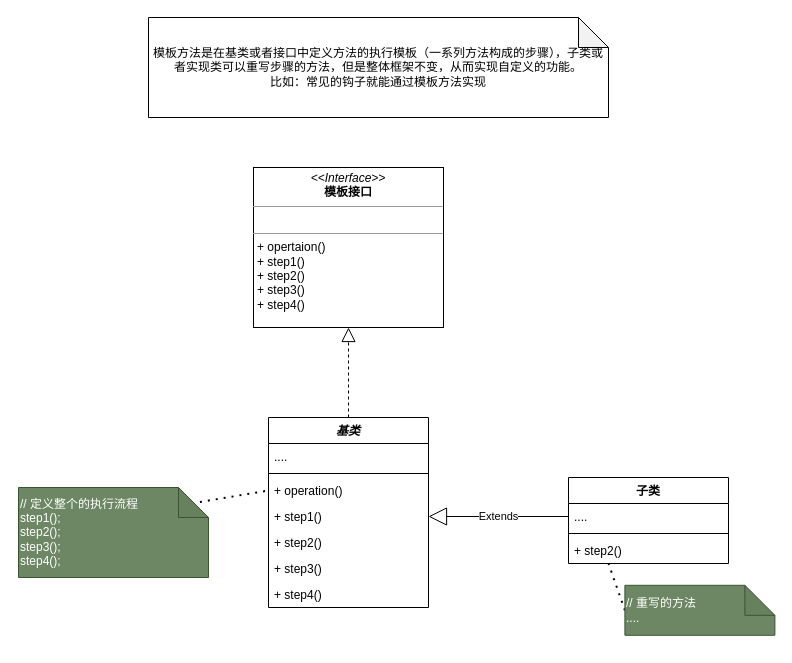
Above: 模板方法.drawio in HsoulLink/designpattern_pic (draw.io), before the change. Source tidied: cells renumbered, new cells numbered last; positions are measured from the earlier drawing's top-left corner, leaving out a move shared by most shapes. Both pictures are drawn from the tidied source at 100%, with x=0, y=0 at pixel (18, 17).
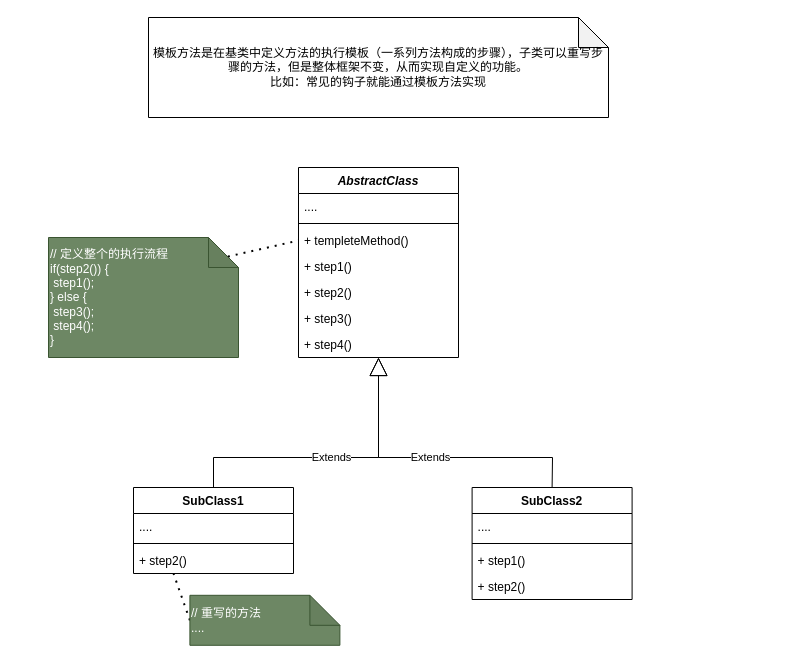
After the change.

Commit message (it also covers changes not shown here):
更新模板方法.drawio

The change refers to these unchanged cells:
```xml
<mxCell id="4" value="...." style="text;strokeColor=none;fillColor=none;align=left;verticalAlign=top;spacingLeft=4;spacingRight=4;overflow=hidden;points=[[0,0.5],[1,0.5]];portConstraint=eastwest;" parent="3" vertex="1">
  <mxGeometry y="26" width="160" height="26" as="geometry" />
</mxCell>
<mxCell id="12" value="+ step1()" style="text;strokeColor=none;fillColor=none;align=left;verticalAlign=top;spacingLeft=4;spacingRight=4;overflow=hidden;points=[[0,0.5],[1,0.5]];portConstraint=eastwest;fontStyle=0;" parent="8" vertex="1">
  <mxGeometry y="86" width="160" height="26" as="geometry" />
</mxCell>
<mxCell id="15" value="+ step4()" style="text;strokeColor=none;fillColor=none;align=left;verticalAlign=top;spacingLeft=4;spacingRight=4;overflow=hidden;points=[[0,0.5],[1,0.5]];portConstraint=eastwest;fontStyle=0;" parent="8" vertex="1">
  <mxGeometry y="164" width="160" height="26" as="geometry" />
</mxCell>
```

Diff of the diagram source:
```diff
@@
-    <mxCell id="2" value="模板方法是在基类或者接口中定义方法的执行模板（一系列方法构成的步骤），子类或者实现类可以重写步骤的方法，但是整体框架不变，从而实现自定义的功能。&lt;br&gt;比如：常见的钩子就能通过模板方法实现" style="shape=note;whiteSpace=wrap;html=1;backgroundOutline=1;darkOpacity=0.05;" parent="1" vertex="1">
+    <mxCell id="2" value="模板方法是在基类中定义方法的执行模板（一系列方法构成的步骤），子类可以重写步骤的方法，但是整体框架不变，从而实现自定义的功能。&lt;br&gt;比如：常见的钩子就能通过模板方法实现" style="shape=note;whiteSpace=wrap;html=1;backgroundOutline=1;darkOpacity=0.05;" parent="1" vertex="1">
       <mxGeometry x="130" width="460" height="100" as="geometry" />
     </mxCell>
-    <mxCell id="3" value="子类" style="swimlane;fontStyle=1;align=center;verticalAlign=top;horizontal=1;startSize=26;" parent="1" vertex="1">
-      <mxGeometry x="550" y="460" width="160" height="86" as="geometry" />
+    <mxCell id="3" value="SubClass1" style="swimlane;fontStyle=1;align=center;verticalAlign=top;horizontal=1;startSize=26;" parent="1" vertex="1">
+      <mxGeometry x="115" y="470" width="160" height="86" as="geometry" />
     </mxCell>
@@
-    <mxCell id="7" value="&lt;p style=&quot;margin:0px;margin-top:4px;text-align:center;&quot;&gt;&lt;i&gt;&amp;lt;&amp;lt;Interface&amp;gt;&amp;gt;&lt;/i&gt;&lt;br&gt;&lt;b&gt;模板接口&lt;/b&gt;&lt;/p&gt;&lt;hr size=&quot;1&quot;&gt;&lt;p style=&quot;margin:0px;margin-left:4px;&quot;&gt;&lt;br&gt;&lt;/p&gt;&lt;hr size=&quot;1&quot;&gt;&lt;p style=&quot;margin:0px;margin-left:4px;&quot;&gt;+ opertaion()&lt;br&gt;+ step1()&lt;/p&gt;&lt;p style=&quot;margin:0px;margin-left:4px;&quot;&gt;+ step2()&lt;br&gt;&lt;/p&gt;&lt;p style=&quot;margin:0px;margin-left:4px;&quot;&gt;+ step3()&lt;br&gt;&lt;/p&gt;&lt;p style=&quot;margin:0px;margin-left:4px;&quot;&gt;+ step4()&lt;br&gt;&lt;/p&gt;" style="verticalAlign=top;align=left;overflow=fill;fontSize=12;fontFamily=Helvetica;html=1;" parent="1" vertex="1">
-      <mxGeometry x="235" y="150" width="190" height="160" as="geometry" />
-    </mxCell>
-    <mxCell id="8" value="基类" style="swimlane;fontStyle=3;align=center;verticalAlign=top;horizontal=1;startSize=26;" parent="1" vertex="1">
-      <mxGeometry x="250" y="400" width="160" height="190" as="geometry" />
+    <mxCell id="8" value="AbstractClass" style="swimlane;fontStyle=3;align=center;verticalAlign=top;horizontal=1;startSize=26;" parent="1" vertex="1">
+      <mxGeometry x="280" y="150" width="160" height="190" as="geometry" />
     </mxCell>
@@
-    <mxCell id="11" value="+ operation()" style="text;strokeColor=none;fillColor=none;align=left;verticalAlign=top;spacingLeft=4;spacingRight=4;overflow=hidden;points=[[0,0.5],[1,0.5]];portConstraint=eastwest;" parent="8" vertex="1">
+    <mxCell id="11" value="+ templeteMethod()" style="text;strokeColor=none;fillColor=none;align=left;verticalAlign=top;spacingLeft=4;spacingRight=4;overflow=hidden;points=[[0,0.5],[1,0.5]];portConstraint=eastwest;" parent="8" vertex="1">
       <mxGeometry y="60" width="160" height="26" as="geometry" />
     </mxCell>
@@
-    <mxCell id="16" style="endArrow=block;dashed=1;endFill=0;endSize=12;html=1;rounded=0;exitX=0.5;exitY=0;exitDx=0;exitDy=0;entryX=0.5;entryY=1;entryDx=0;entryDy=0;" parent="1" edge="1" source="8" target="7">
-      <mxGeometry relative="1" as="geometry" />
-    </mxCell>
-    <mxCell id="17" value="Extends" style="endArrow=block;endSize=16;endFill=0;html=1;rounded=0;entryX=1;entryY=0.5;entryDx=0;entryDy=0;exitX=0;exitY=0.5;exitDx=0;exitDy=0;" parent="1" edge="1" source="4" target="12">
-      <mxGeometry relative="1" as="geometry" />
+    <mxCell id="17" value="Extends" style="endArrow=block;endSize=16;endFill=0;html=1;rounded=0;entryX=0.5;entryY=1;entryDx=0;entryDy=0;exitX=0.5;exitY=0;exitDx=0;exitDy=0;entryPerimeter=0;" parent="1" edge="1" source="3" target="15">
+      <mxGeometry relative="1" as="geometry">
+        <Array as="points">
+          <mxPoint x="195" y="440" />
+          <mxPoint x="360" y="440" />
+        </Array>
+      </mxGeometry>
     </mxCell>
     <mxCell id="18" style="endArrow=none;dashed=1;html=1;dashPattern=1 3;strokeWidth=2;rounded=0;entryX=0.21;entryY=1.085;entryDx=0;entryDy=0;entryPerimeter=0;exitX=0;exitY=0.5;exitDx=0;exitDy=0;exitPerimeter=0;" parent="1" edge="1" source="19">
       <mxGeometry relative="1" as="geometry">
-        <mxPoint x="590" y="546" as="targetPoint" />
+        <mxPoint x="155" y="556" as="targetPoint" />
       </mxGeometry>
     </mxCell>
     <mxCell id="19" value="&lt;div&gt;&lt;span style=&quot;background-color: initial;&quot;&gt;// 重写的方法&lt;/span&gt;&lt;/div&gt;&lt;div&gt;&lt;span style=&quot;background-color: initial;&quot;&gt;....&lt;/span&gt;&lt;/div&gt;" style="shape=note;whiteSpace=wrap;html=1;backgroundOutline=1;darkOpacity=0.05;align=left;fillColor=#6d8764;fontColor=#ffffff;strokeColor=#3A5431;" parent="1" vertex="1">
-      <mxGeometry x="606.4" y="567.8" width="150" height="50" as="geometry" />
+      <mxGeometry x="171.4" y="577.8" width="150" height="50" as="geometry" />
     </mxCell>
@@
-    <mxCell id="21" value="&lt;div&gt;&lt;span style=&quot;background-color: initial;&quot;&gt;// 定义整个的执行流程&lt;/span&gt;&lt;/div&gt;&lt;div&gt;step1();&lt;/div&gt;&lt;div&gt;step2();&lt;br&gt;&lt;/div&gt;&lt;div&gt;step3();&lt;br&gt;&lt;/div&gt;&lt;div&gt;step4();&lt;br&gt;&lt;/div&gt;" style="shape=note;whiteSpace=wrap;html=1;backgroundOutline=1;darkOpacity=0.05;align=left;fillColor=#6d8764;fontColor=#ffffff;strokeColor=#3A5431;" parent="1" vertex="1">
-      <mxGeometry y="470" width="190" height="90" as="geometry" />
+    <mxCell id="21" value="&lt;div&gt;&lt;span style=&quot;background-color: initial;&quot;&gt;// 定义整个的执行流程&lt;/span&gt;&lt;/div&gt;&lt;div&gt;if(step2()) {&lt;/div&gt;&lt;div&gt;&lt;span style=&quot;white-space: pre;&quot;&gt; &lt;/span&gt;step1();&lt;br&gt;&lt;/div&gt;&lt;div&gt;} else {&lt;/div&gt;&lt;div&gt;&lt;span style=&quot;white-space: pre;&quot;&gt; &lt;/span&gt;step3();&lt;br&gt;&lt;/div&gt;&lt;div&gt;&lt;span style=&quot;white-space: pre;&quot;&gt; &lt;/span&gt;step4();&lt;br&gt;&lt;/div&gt;&lt;div&gt;}&lt;/div&gt;" style="shape=note;whiteSpace=wrap;html=1;backgroundOutline=1;darkOpacity=0.05;align=left;fillColor=#6d8764;fontColor=#ffffff;strokeColor=#3A5431;" parent="1" vertex="1">
+      <mxGeometry x="30" y="220" width="190" height="120" as="geometry" />
     </mxCell>
+    <mxCell id="22" value="SubClass2" style="swimlane;fontStyle=1;align=center;verticalAlign=top;horizontal=1;startSize=26;" parent="1" vertex="1">
+      <mxGeometry x="453.6" y="470" width="160" height="112" as="geometry" />
+    </mxCell>
+    <mxCell id="23" value="...." style="text;strokeColor=none;fillColor=none;align=left;verticalAlign=top;spacingLeft=4;spacingRight=4;overflow=hidden;" parent="22" vertex="1">
+      <mxGeometry y="26" width="160" height="26" as="geometry" />
+    </mxCell>
+    <mxCell id="24" style="line;strokeWidth=1;fillColor=none;align=left;verticalAlign=middle;spacingTop=-1;spacingLeft=3;spacingRight=3;labelPosition=right;strokeColor=inherit;" parent="22" vertex="1">
+      <mxGeometry y="52" width="160" height="8" as="geometry" />
+    </mxCell>
+    <mxCell id="25" value="+ step1()" style="text;strokeColor=none;fillColor=none;align=left;verticalAlign=top;spacingLeft=4;spacingRight=4;overflow=hidden;" parent="22" vertex="1">
+      <mxGeometry y="60" width="160" height="26" as="geometry" />
+    </mxCell>
+    <mxCell id="26" value="+ step2()" style="text;strokeColor=none;fillColor=none;align=left;verticalAlign=top;spacingLeft=4;spacingRight=4;overflow=hidden;" parent="22" vertex="1">
+      <mxGeometry y="86" width="160" height="26" as="geometry" />
+    </mxCell>
+    <mxCell id="27" value="Extends" style="endArrow=block;endSize=16;endFill=0;html=1;rounded=0;exitX=0.5;exitY=0;exitDx=0;exitDy=0;" parent="1" edge="1" source="22">
+      <mxGeometry relative="1" as="geometry">
+        <mxPoint x="360" y="340" as="targetPoint" />
+        <Array as="points">
+          <mxPoint x="534" y="440" />
+          <mxPoint x="360" y="440" />
+        </Array>
+      </mxGeometry>
+    </mxCell>
```
